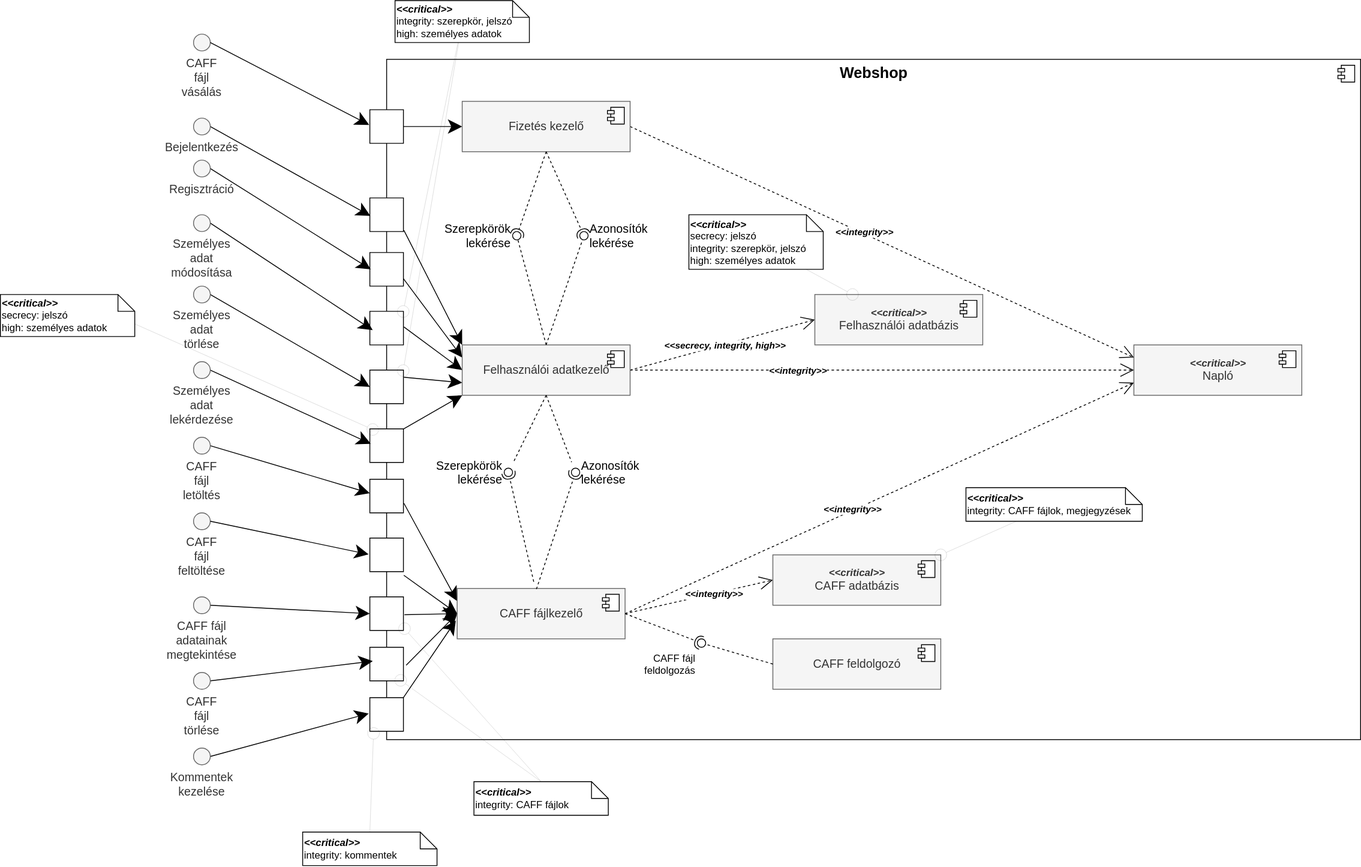
Fylota/hagyma_crysys keeps this draw.io diagram as Pictures/Sec_component_diagram.svg. Above is the earlier version. Source tidied: cells renumbered, new cells last; positions are measured from the earlier drawing's top-left corner, leaving out a move shared by most shapes.
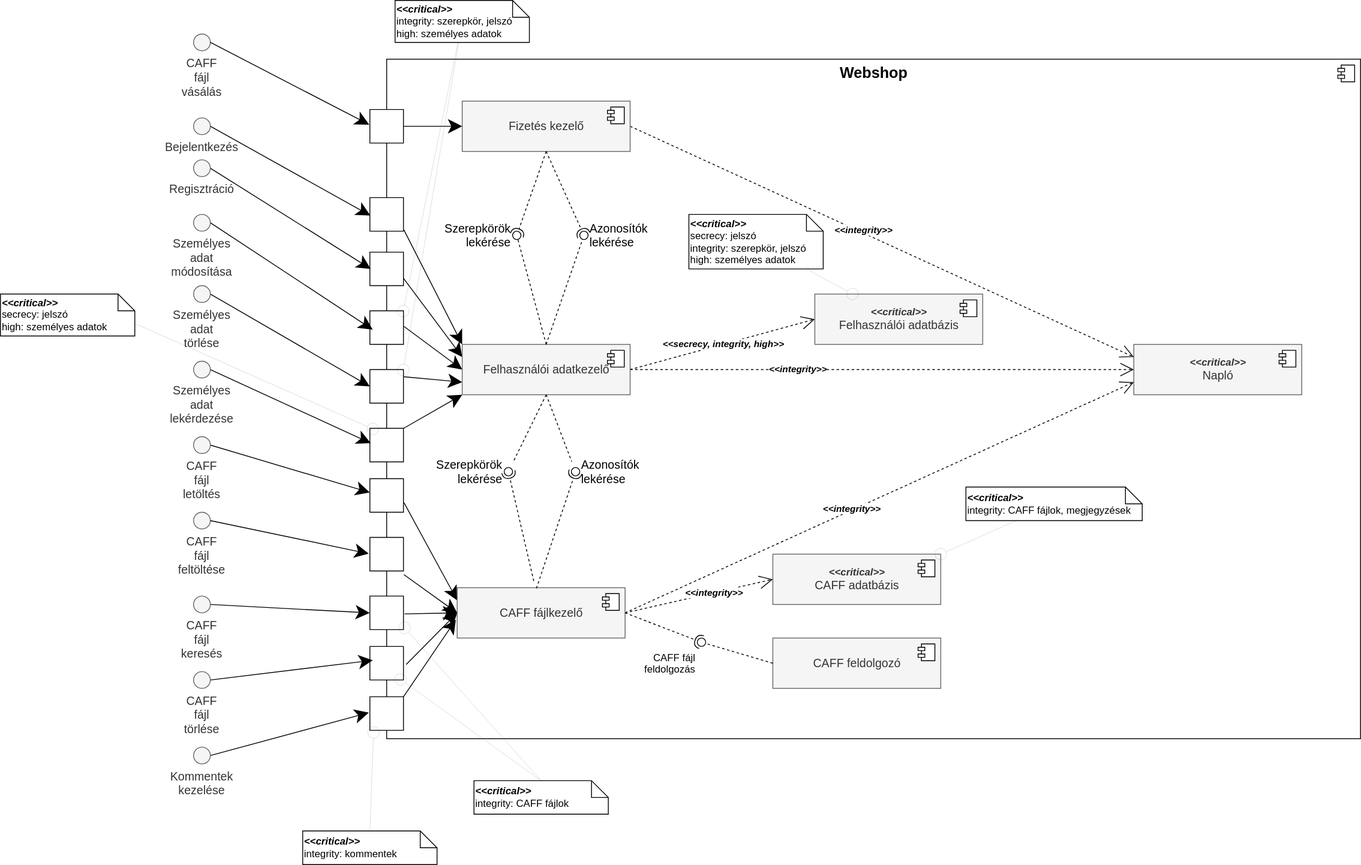
After the change.

Commit message:
CAFF searching interface updated in component diagrams

What changed in the source:
```diff
@@ -150,7 +150,7 @@
     <mxCell id="47" style="edgeStyle=none;curved=1;rounded=0;jettySize=auto;html=1;exitX=1;exitY=0.5;exitDx=0;exitDy=0;entryX=-0.003;entryY=0.501;entryDx=0;entryDy=0;entryPerimeter=0;fontSize=14;endArrow=classic;endFill=1;startSize=14;endSize=14;sourcePerimeterSpacing=8;targetPerimeterSpacing=8;" parent="1" edge="1" source="48" target="17">
       <mxGeometry relative="1" as="geometry" />
     </mxCell>
-    <mxCell id="48" value="CAFF fájl adatainak megtekintése" style="ellipse;whiteSpace=wrap;html=1;hachureGap=4;align=center;verticalAlign=top;fillColor=#f5f5f5;strokeColor=#666666;fontColor=#333333;labelPosition=center;verticalLabelPosition=bottom;fontSize=14;" parent="1" vertex="1">
+    <mxCell id="48" value="CAFF fájl keresés" style="ellipse;whiteSpace=wrap;html=1;hachureGap=4;align=center;verticalAlign=top;fillColor=#f5f5f5;strokeColor=#666666;fontColor=#333333;labelPosition=center;verticalLabelPosition=bottom;fontSize=14;" parent="1" vertex="1">
       <mxGeometry x="230" y="710" width="20" height="20" as="geometry" />
     </mxCell>
     <mxCell id="49" style="edgeStyle=none;curved=1;rounded=0;jettySize=auto;html=1;exitX=1;exitY=0.5;exitDx=0;exitDy=0;entryX=0.085;entryY=0.413;entryDx=0;entryDy=0;entryPerimeter=0;fontSize=14;endArrow=classic;endFill=1;startSize=14;endSize=14;sourcePerimeterSpacing=8;targetPerimeterSpacing=8;" parent="1" edge="1" source="50" target="21">
```
